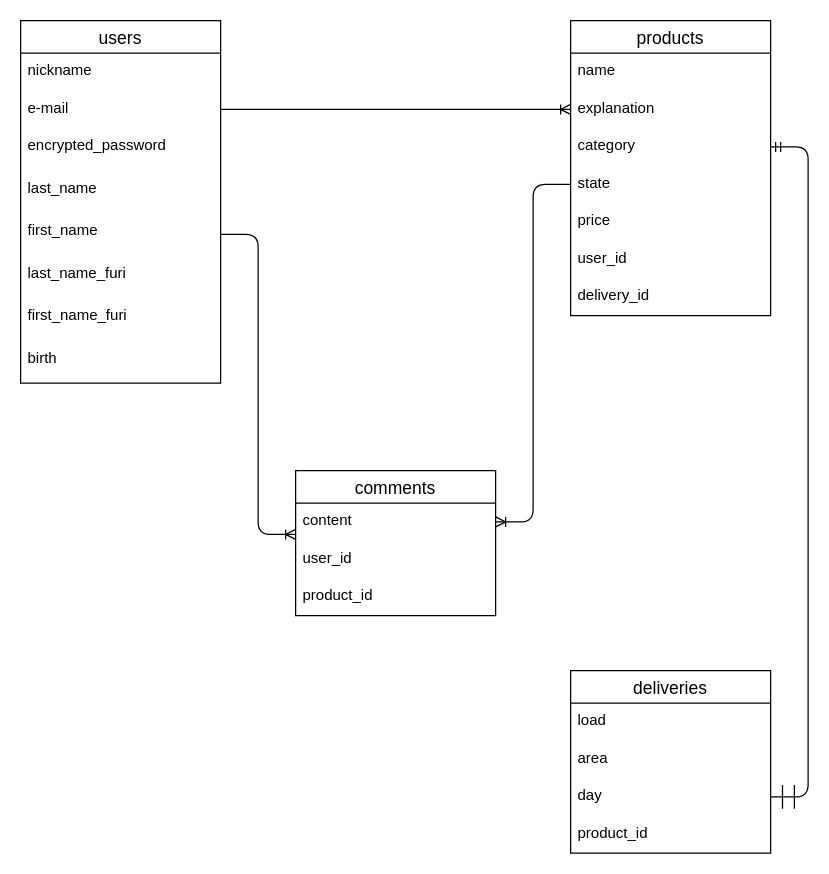
Above: er.dio in umeduck/furima-38138 (draw.io), before the change. Source tidied: cells renumbered, new cells numbered last; positions are measured from the earlier drawing's top-left corner, leaving out a move shared by most shapes. Both pictures are drawn from the tidied source at 125%, with x=0, y=0 at pixel (20, 20).
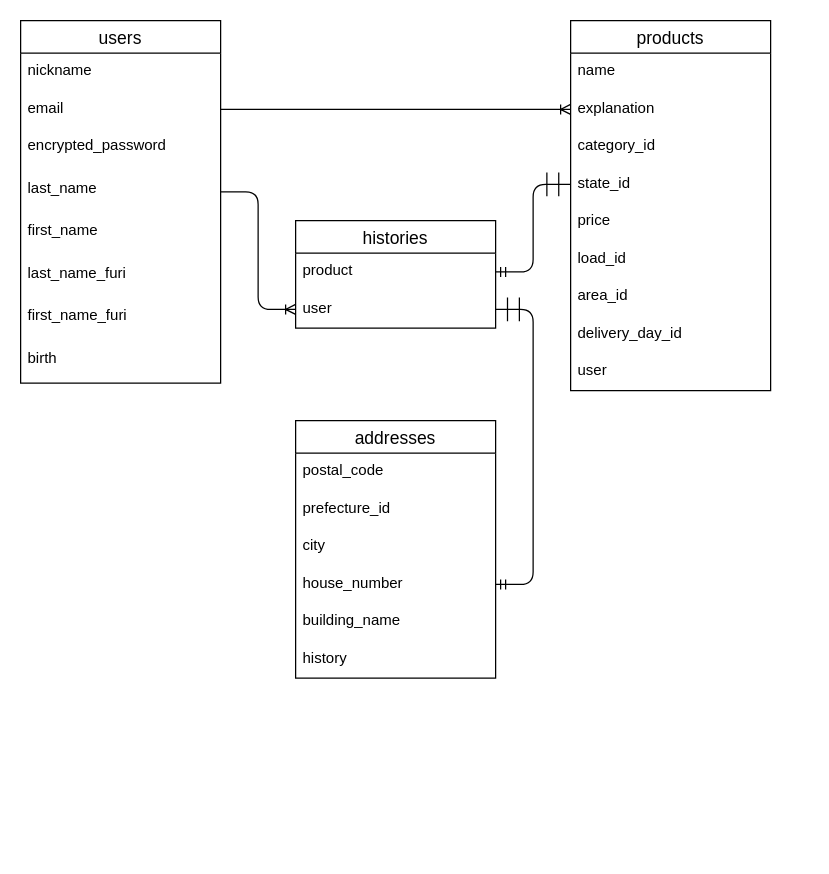
After the change.

Commit message (it also covers changes not shown here):
READMEとER図の修正

Unchanged cells that the change refers to:
```xml
<mxCell id="2" value="users" style="swimlane;fontStyle=0;horizontal=1;startSize=26;align=center;fontSize=14;" parent="1" vertex="1">
  <mxGeometry width="160" height="290" as="geometry" />
</mxCell>
<mxCell id="6" value="last_name" style="text;strokeColor=none;fillColor=none;spacingLeft=4;spacingRight=4;overflow=hidden;points=[[0,0.5],[1,0.5]];portConstraint=eastwest;fontSize=12;" parent="2" vertex="1">
  <mxGeometry y="120" width="160" height="34" as="geometry" />
</mxCell>
<mxCell id="7" value="first_name" style="text;strokeColor=none;fillColor=none;spacingLeft=4;spacingRight=4;overflow=hidden;points=[[0,0.5],[1,0.5]];portConstraint=eastwest;fontSize=12;" parent="2" vertex="1">
  <mxGeometry y="154" width="160" height="34" as="geometry" />
</mxCell>
```

Diff of the diagram source:
```diff
@@
-    <mxCell id="4" value="e-mail" style="text;strokeColor=none;fillColor=none;spacingLeft=4;spacingRight=4;overflow=hidden;points=[[0,0.5],[1,0.5]];portConstraint=eastwest;fontSize=12;" parent="2" vertex="1">
+    <mxCell id="4" value="email" style="text;strokeColor=none;fillColor=none;spacingLeft=4;spacingRight=4;overflow=hidden;points=[[0,0.5],[1,0.5]];portConstraint=eastwest;fontSize=12;" parent="2" vertex="1">
       <mxGeometry y="56" width="160" height="30" as="geometry" />
     </mxCell>
@@
     <mxCell id="11" value="products" style="swimlane;fontStyle=0;horizontal=1;startSize=26;align=center;fontSize=14;" parent="1" vertex="1">
-      <mxGeometry x="440" width="160" height="236" as="geometry" />
+      <mxGeometry x="440" width="160" height="296" as="geometry" />
     </mxCell>
@@
-    <mxCell id="14" value="category" style="text;strokeColor=none;fillColor=none;spacingLeft=4;spacingRight=4;overflow=hidden;points=[[0,0.5],[1,0.5]];portConstraint=eastwest;fontSize=12;" parent="11" vertex="1">
+    <mxCell id="14" value="category_id" style="text;strokeColor=none;fillColor=none;spacingLeft=4;spacingRight=4;overflow=hidden;points=[[0,0.5],[1,0.5]];portConstraint=eastwest;fontSize=12;" parent="11" vertex="1">
       <mxGeometry y="86" width="160" height="30" as="geometry" />
     </mxCell>
-    <mxCell id="15" value="state" style="text;strokeColor=none;fillColor=none;spacingLeft=4;spacingRight=4;overflow=hidden;points=[[0,0.5],[1,0.5]];portConstraint=eastwest;fontSize=12;" parent="11" vertex="1">
+    <mxCell id="15" value="state_id" style="text;strokeColor=none;fillColor=none;spacingLeft=4;spacingRight=4;overflow=hidden;points=[[0,0.5],[1,0.5]];portConstraint=eastwest;fontSize=12;" parent="11" vertex="1">
       <mxGeometry y="116" width="160" height="30" as="geometry" />
     </mxCell>
@@
+    <mxCell id="18" value="load_id" style="text;strokeColor=none;fillColor=none;spacingLeft=4;spacingRight=4;overflow=hidden;fontSize=12;" parent="11" vertex="1">
+      <mxGeometry y="176" width="160" height="30" as="geometry" />
+    </mxCell>
+    <mxCell id="32" value="area_id" style="text;strokeColor=none;fillColor=none;spacingLeft=4;spacingRight=4;overflow=hidden;fontSize=12;" parent="11" vertex="1">
+      <mxGeometry y="206" width="160" height="30" as="geometry" />
+    </mxCell>
+    <mxCell id="33" value="delivery_day_id" style="text;strokeColor=none;fillColor=none;spacingLeft=4;spacingRight=4;overflow=hidden;fontSize=12;" parent="11" vertex="1">
+      <mxGeometry y="236" width="160" height="30" as="geometry" />
+    </mxCell>
-    <mxCell id="17" value="user_id" style="text;strokeColor=none;fillColor=none;spacingLeft=4;spacingRight=4;overflow=hidden;fontSize=12;" parent="11" vertex="1">
-      <mxGeometry y="176" width="160" height="30" as="geometry" />
+    <mxCell id="17" value="user" style="text;strokeColor=none;fillColor=none;spacingLeft=4;spacingRight=4;overflow=hidden;fontSize=12;" parent="11" vertex="1">
+      <mxGeometry y="266" width="160" height="30" as="geometry" />
     </mxCell>
-    <mxCell id="18" value="delivery_id" style="text;strokeColor=none;fillColor=none;spacingLeft=4;spacingRight=4;overflow=hidden;fontSize=12;" parent="11" vertex="1">
-      <mxGeometry y="206" width="160" height="30" as="geometry" />
-    </mxCell>
@@
-    <mxCell id="20" value="deliveries" style="swimlane;fontStyle=0;horizontal=1;startSize=26;align=center;fontSize=14;" parent="1" vertex="1">
-      <mxGeometry x="440" y="520" width="160" height="146" as="geometry" />
+    <mxCell id="20" value="addresses" style="swimlane;fontStyle=0;horizontal=1;startSize=26;align=center;fontSize=14;" parent="1" vertex="1">
+      <mxGeometry x="220" y="320" width="160" height="206" as="geometry" />
     </mxCell>
-    <mxCell id="21" value="load" style="text;strokeColor=none;fillColor=none;spacingLeft=4;spacingRight=4;overflow=hidden;fontSize=12;" parent="20" vertex="1">
-      <mxGeometry y="26" width="160" height="30" as="geometry" />
-    </mxCell>
-    <mxCell id="22" value="area" style="text;strokeColor=none;fillColor=none;spacingLeft=4;spacingRight=4;overflow=hidden;fontSize=12;" parent="20" vertex="1">
-      <mxGeometry y="56" width="160" height="30" as="geometry" />
+    <mxCell id="22" value="postal_code" style="text;strokeColor=none;fillColor=none;spacingLeft=4;spacingRight=4;overflow=hidden;fontSize=12;" parent="20" vertex="1">
+      <mxGeometry y="26" width="160" height="30" as="geometry" />
     </mxCell>
-    <mxCell id="23" value="day" style="text;strokeColor=none;fillColor=none;spacingLeft=4;spacingRight=4;overflow=hidden;points=[[0,0.5],[1,0.5]];portConstraint=eastwest;fontSize=12;" parent="20" vertex="1">
-      <mxGeometry y="86" width="160" height="30" as="geometry" />
+    <mxCell id="23" value="prefecture_id" style="text;strokeColor=none;fillColor=none;spacingLeft=4;spacingRight=4;overflow=hidden;points=[[0,0.5],[1,0.5]];portConstraint=eastwest;fontSize=12;" parent="20" vertex="1">
+      <mxGeometry y="56" width="160" height="30" as="geometry" />
     </mxCell>
-    <mxCell id="24" value="product_id" style="text;strokeColor=none;fillColor=none;spacingLeft=4;spacingRight=4;overflow=hidden;fontSize=12;" parent="20" vertex="1">
-      <mxGeometry y="116" width="160" height="30" as="geometry" />
+    <mxCell id="24" value="city" style="text;strokeColor=none;fillColor=none;spacingLeft=4;spacingRight=4;overflow=hidden;fontSize=12;" parent="20" vertex="1">
+      <mxGeometry y="86" width="160" height="30" as="geometry" />
     </mxCell>
-    <mxCell id="25" style="edgeStyle=entityRelationEdgeStyle;fontSize=12;html=1;endArrow=ERmandOne;startArrow=ERmandOne;startSize=17;strokeWidth=1;entryX=1;entryY=0.5;entryDx=0;entryDy=0;exitX=1;exitY=0.5;exitDx=0;exitDy=0;" parent="1" edge="1" source="23" target="14">
-      <mxGeometry relative="1" as="geometry" />
-    </mxCell>
+    <mxCell id="34" value="house_number" style="text;strokeColor=none;fillColor=none;spacingLeft=4;spacingRight=4;overflow=hidden;points=[[0,0.5],[1,0.5]];portConstraint=eastwest;fontSize=12;" parent="20" vertex="1">
+      <mxGeometry y="116" width="160" height="30" as="geometry" />
+    </mxCell>
+    <mxCell id="35" value="building_name" style="text;strokeColor=none;fillColor=none;spacingLeft=4;spacingRight=4;overflow=hidden;fontSize=12;" parent="20" vertex="1">
+      <mxGeometry y="146" width="160" height="30" as="geometry" />
+    </mxCell>
+    <mxCell id="36" value="history" style="text;strokeColor=none;fillColor=none;spacingLeft=4;spacingRight=4;overflow=hidden;fontSize=12;" parent="20" vertex="1">
+      <mxGeometry y="176" width="160" height="30" as="geometry" />
+    </mxCell>
-    <mxCell id="26" value="comments" style="swimlane;fontStyle=0;horizontal=1;startSize=26;align=center;fontSize=14;" parent="1" vertex="1">
-      <mxGeometry x="220" y="360" width="160" height="116" as="geometry" />
+    <mxCell id="26" value="histories" style="swimlane;fontStyle=0;horizontal=1;startSize=26;align=center;fontSize=14;" parent="1" vertex="1">
+      <mxGeometry x="220" y="160" width="160" height="86" as="geometry" />
     </mxCell>
-    <mxCell id="27" value="content" style="text;strokeColor=none;fillColor=none;spacingLeft=4;spacingRight=4;overflow=hidden;points=[[0,0.5],[1,0.5]];portConstraint=eastwest;fontSize=12;" parent="26" vertex="1">
+    <mxCell id="27" value="product" style="text;strokeColor=none;fillColor=none;spacingLeft=4;spacingRight=4;overflow=hidden;points=[[0,0.5],[1,0.5]];portConstraint=eastwest;fontSize=12;" parent="26" vertex="1">
       <mxGeometry y="26" width="160" height="30" as="geometry" />
     </mxCell>
-    <mxCell id="28" value="user_id" style="text;strokeColor=none;fillColor=none;spacingLeft=4;spacingRight=4;overflow=hidden;points=[[0,0.5],[1,0.5]];portConstraint=eastwest;fontSize=12;" parent="26" vertex="1">
+    <mxCell id="28" value="user" style="text;strokeColor=none;fillColor=none;spacingLeft=4;spacingRight=4;overflow=hidden;points=[[0,0.5],[1,0.5]];portConstraint=eastwest;fontSize=12;" parent="26" vertex="1">
       <mxGeometry y="56" width="160" height="30" as="geometry" />
     </mxCell>
-    <mxCell id="29" value="product_id" style="text;strokeColor=none;fillColor=none;spacingLeft=4;spacingRight=4;overflow=hidden;fontSize=12;" parent="26" vertex="1">
-      <mxGeometry y="86" width="160" height="30" as="geometry" />
-    </mxCell>
-    <mxCell id="30" style="edgeStyle=entityRelationEdgeStyle;fontSize=12;html=1;endArrow=ERoneToMany;startSize=17;strokeWidth=1;exitX=0;exitY=0.5;exitDx=0;exitDy=0;entryX=1;entryY=0.5;entryDx=0;entryDy=0;" parent="1" edge="1" source="15" target="27">
+    <mxCell id="30" style="edgeStyle=entityRelationEdgeStyle;fontSize=12;html=1;endArrow=ERmandOne;startArrow=ERmandOne;startSize=17;strokeWidth=1;entryX=1;entryY=0.5;entryDx=0;entryDy=0;exitX=0;exitY=0.5;exitDx=0;exitDy=0;" parent="1" edge="1" source="15" target="27">
       <mxGeometry relative="1" as="geometry" />
     </mxCell>
-    <mxCell id="31" style="edgeStyle=entityRelationEdgeStyle;fontSize=12;html=1;endArrow=ERoneToMany;startSize=17;strokeWidth=1;exitX=1;exitY=0.5;exitDx=0;exitDy=0;" parent="1" edge="1" source="7">
-      <mxGeometry relative="1" as="geometry">
-        <mxPoint x="220" y="411" as="targetPoint" />
-      </mxGeometry>
-    </mxCell>
+    <mxCell id="37" style="edgeStyle=entityRelationEdgeStyle;fontSize=12;html=1;endArrow=ERmandOne;startArrow=ERmandOne;startSize=17;strokeWidth=1;exitX=1;exitY=0.5;exitDx=0;exitDy=0;entryX=1;entryY=0.5;entryDx=0;entryDy=0;" parent="1" edge="1" source="28" target="34">
+      <mxGeometry relative="1" as="geometry" />
+    </mxCell>
+    <mxCell id="38" style="edgeStyle=entityRelationEdgeStyle;fontSize=12;html=1;endArrow=ERoneToMany;startSize=17;strokeWidth=1;exitX=1;exitY=0.5;exitDx=0;exitDy=0;entryX=0;entryY=0.5;entryDx=0;entryDy=0;" parent="1" edge="1" source="6" target="28">
+      <mxGeometry relative="1" as="geometry" />
+    </mxCell>
```
